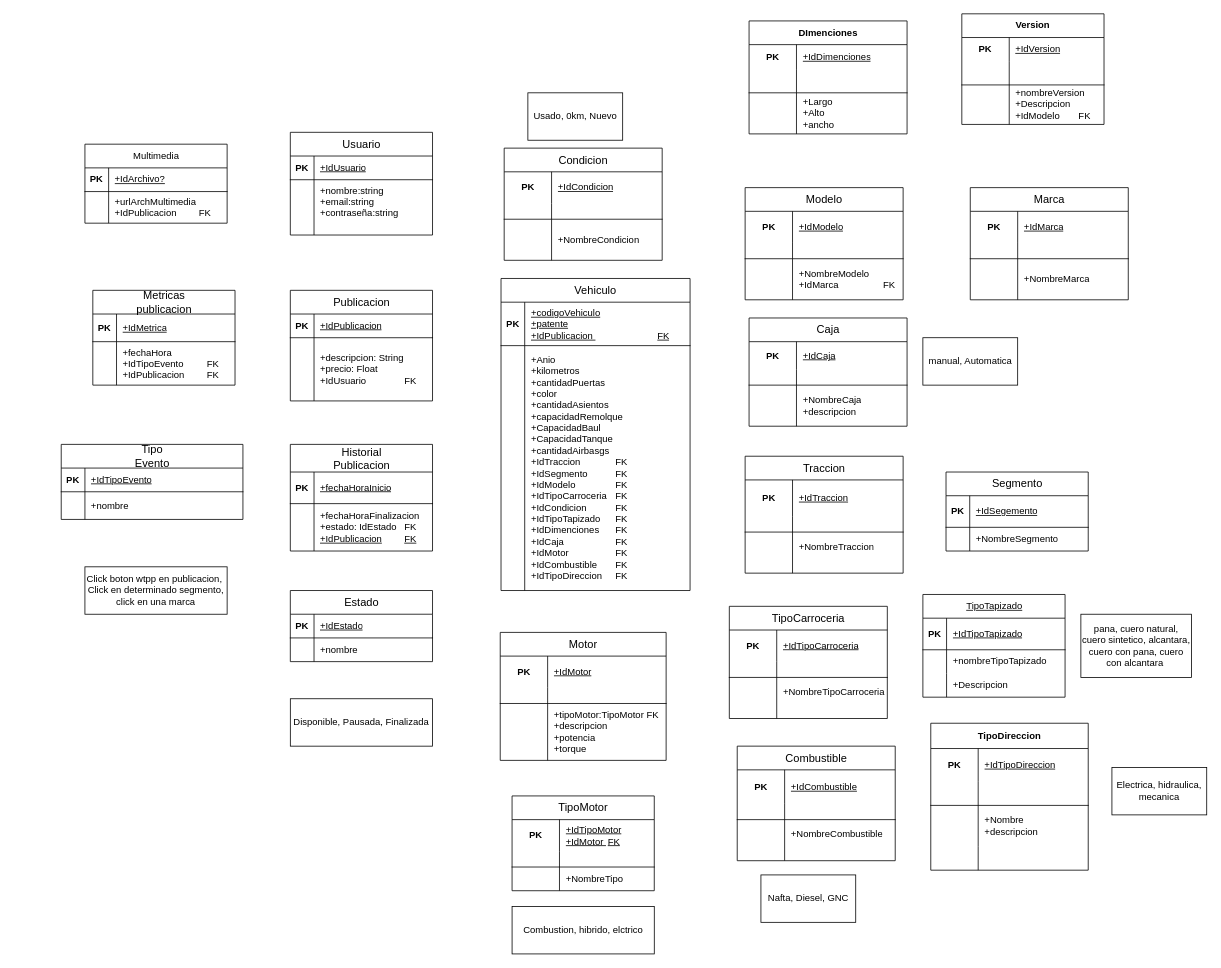
Above: page "Diagrama de clases" (1 of 3) of Diagramas App.drawio in maisi11/pagina-para-agencia-de-autos (draw.io), before the change. Source tidied: cells renumbered, new cells numbered last; positions are measured from the earlier drawing's top-left corner, leaving out a move shared by most shapes. Both pictures are drawn from the tidied source at 79%, with x=0, y=0 at pixel (13, 13).
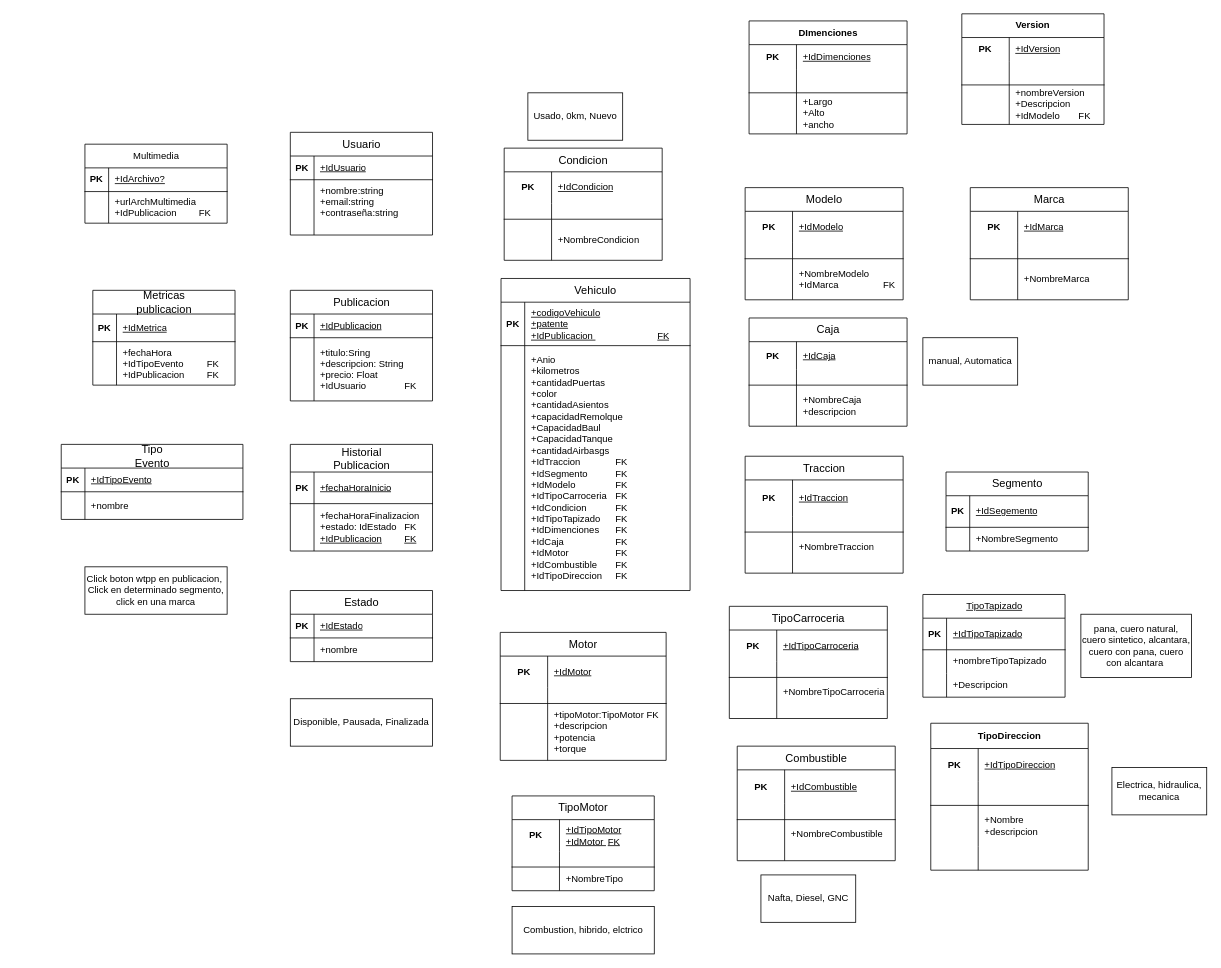
After the change.

The change refers to these unchanged cells:
```xml
<mxCell id="162" style="shape=tableRow;horizontal=0;startSize=0;swimlaneHead=0;swimlaneBody=0;fillColor=none;top=0;left=0;right=0;bottom=0;" parent="158" vertex="1">
  <mxGeometry y="60" width="180" height="80" as="geometry" />
</mxCell>
```

Change to the diagram source:
```diff
@@
-    <mxCell id="164" value="&lt;div&gt;+descripcion: String&lt;div&gt;+precio: Float&lt;br&gt;+IdUsuario&amp;nbsp;&lt;span style=&quot;white-space: pre;&quot;&gt;&#9;&lt;/span&gt;&lt;span style=&quot;white-space: pre;&quot;&gt;&#9;&lt;/span&gt;FK&lt;/div&gt;&lt;/div&gt;" style="shape=partialRectangle;fillColor=none;top=0;left=0;bottom=0;right=0;align=left;spacingLeft=6;overflow=hidden;whiteSpace=wrap;html=1;" parent="162" vertex="1">
+    <mxCell id="164" value="&lt;div&gt;+titulo:Sring&lt;/div&gt;&lt;div&gt;+descripcion: String&lt;div&gt;+precio: Float&lt;br&gt;+IdUsuario&amp;nbsp;&lt;span style=&quot;white-space: pre;&quot;&gt;&#9;&lt;/span&gt;&lt;span style=&quot;white-space: pre;&quot;&gt;&#9;&lt;/span&gt;FK&lt;/div&gt;&lt;/div&gt;" style="shape=partialRectangle;fillColor=none;top=0;left=0;bottom=0;right=0;align=left;spacingLeft=6;overflow=hidden;whiteSpace=wrap;html=1;" parent="162" vertex="1">
       <mxGeometry x="30" width="150" height="80" as="geometry" />
     </mxCell>
```
